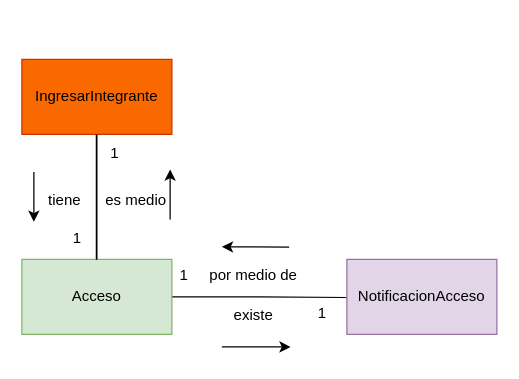
Before: page "AnemicModelAccess" (11 of 13) of CoTasker_BoundedContext.drawio in Migue1409-KP/DOO-working-group, a draw.io diagram. Source tidied: cells renumbered, new cells numbered last; positions are measured from the earlier drawing's top-left corner, leaving out a move shared by most shapes. Both pictures are drawn from the tidied source at 125%, with x=0, y=0 at pixel (21, 59).
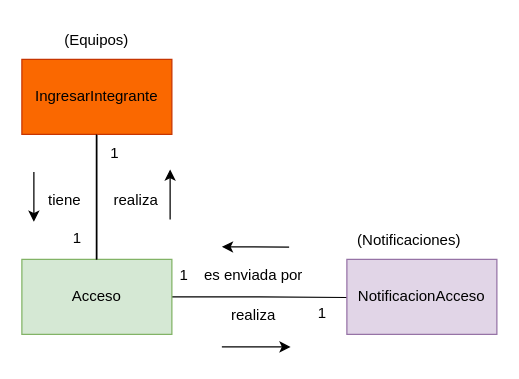
Above is the later version.

The edit, as a diff of the source:
```diff
@@
-    <mxCell id="8" value="es medio" style="text;html=1;align=center;verticalAlign=middle;strokeColor=none;fillColor=none;" parent="1" vertex="1">
-      <mxGeometry x="55.6" y="98" width="70" height="30" as="geometry" />
+    <mxCell id="8" value="realiza" style="text;html=1;align=center;verticalAlign=middle;strokeColor=none;fillColor=none;" parent="1" vertex="1">
+      <mxGeometry x="60.6" y="98" width="60" height="30" as="geometry" />
     </mxCell>
@@
-    <mxCell id="14" value="por medio de" style="text;html=1;align=center;verticalAlign=middle;strokeColor=none;fillColor=none;" parent="1" vertex="1">
-      <mxGeometry x="140" y="158" width="90" height="30" as="geometry" />
+    <mxCell id="14" value="es enviada por" style="text;html=1;align=center;verticalAlign=middle;strokeColor=none;fillColor=none;" parent="1" vertex="1">
+      <mxGeometry x="135" y="158" width="100" height="30" as="geometry" />
     </mxCell>
@@
-    <mxCell id="18" value="existe" style="text;html=1;align=center;verticalAlign=middle;strokeColor=none;fillColor=none;" parent="1" vertex="1">
-      <mxGeometry x="160" y="190" width="50" height="30" as="geometry" />
+    <mxCell id="18" value="realiza" style="text;html=1;align=center;verticalAlign=middle;strokeColor=none;fillColor=none;" parent="1" vertex="1">
+      <mxGeometry x="155" y="190" width="60" height="30" as="geometry" />
     </mxCell>
@@
+    <mxCell id="20" value="(Equipos)" style="text;html=1;strokeColor=none;fillColor=none;align=center;verticalAlign=middle;whiteSpace=wrap;rounded=0;" parent="1" vertex="1">
+      <mxGeometry x="30" y="-30" width="60" height="30" as="geometry" />
+    </mxCell>
+    <mxCell id="21" value="(Notificaciones)" style="text;html=1;strokeColor=none;fillColor=none;align=center;verticalAlign=middle;whiteSpace=wrap;rounded=0;" parent="1" vertex="1">
+      <mxGeometry x="280" y="130" width="60" height="30" as="geometry" />
+    </mxCell>
```
